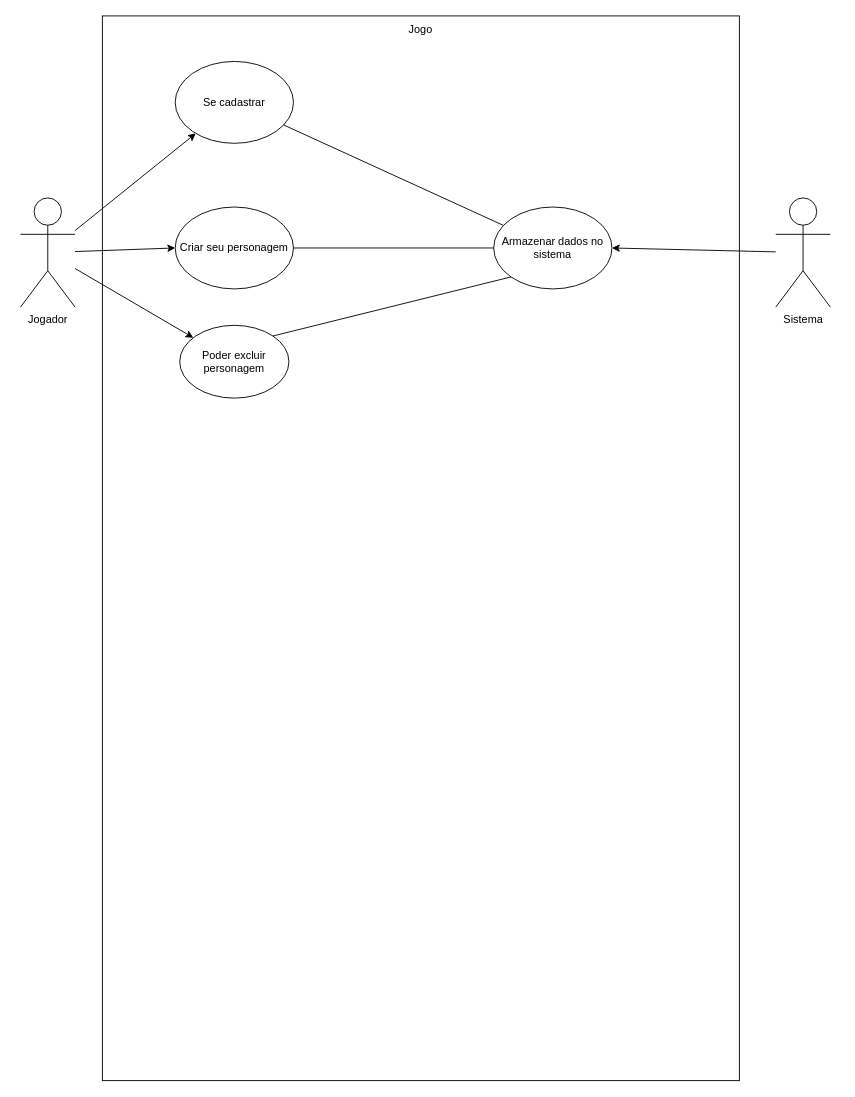
This is Diagrama sem nome.drawio from Lotharzin/Valley-Of-Cleaning, a draw.io file, before an edit. Source tidied: cells renumbered, new cells numbered last; positions are measured from the earlier drawing's top-left corner, leaving out a move shared by most shapes. Both pictures are drawn from the tidied source at 91%, with x=0, y=0 at pixel (20, 15).
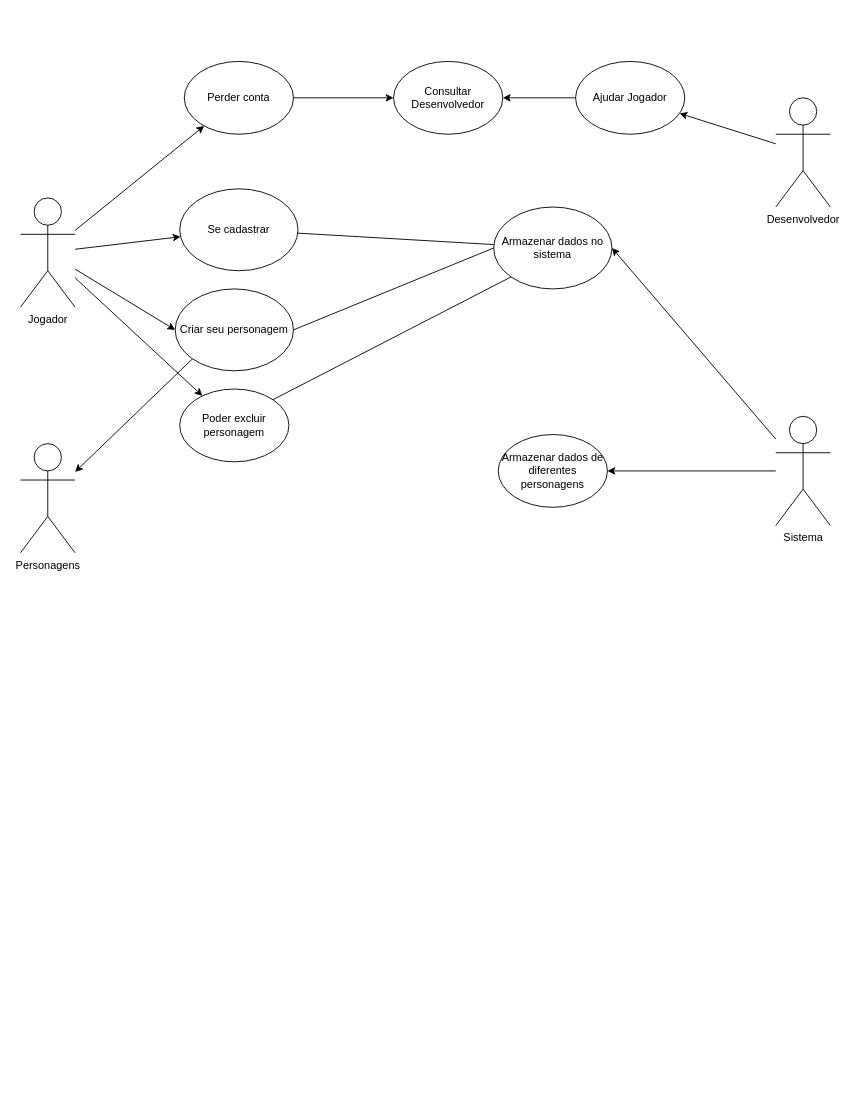
Above is the later version.

Unchanged cells that the change refers to:
```xml
<mxCell id="3" value="Jogador" style="shape=umlActor;verticalLabelPosition=bottom;verticalAlign=top;html=1;outlineConnect=0;" parent="1" vertex="1">
  <mxGeometry y="200" width="60" height="120" as="geometry" />
</mxCell>
```

Diff of the diagram source:
```diff
@@
-    <mxCell id="2" style="rounded=0;whiteSpace=wrap;html=1;" parent="1" vertex="1">
-      <mxGeometry x="90" width="700" height="1170" as="geometry" />
-    </mxCell>
@@
-    <mxCell id="4" value="Jogo" style="text;html=1;align=center;verticalAlign=middle;whiteSpace=wrap;rounded=0;" parent="1" vertex="1">
-      <mxGeometry x="410" width="60" height="30" as="geometry" />
-    </mxCell>
@@
     <mxCell id="6" value="Se cadastrar" style="ellipse;whiteSpace=wrap;html=1;" parent="1" vertex="1">
-      <mxGeometry x="170" y="50" width="130" height="90" as="geometry" />
+      <mxGeometry x="175" y="190" width="130" height="90" as="geometry" />
     </mxCell>
@@
     <mxCell id="9" value="Criar seu personagem" style="ellipse;whiteSpace=wrap;html=1;" parent="1" vertex="1">
-      <mxGeometry x="170" y="210" width="130" height="90" as="geometry" />
+      <mxGeometry x="170" y="300" width="130" height="90" as="geometry" />
     </mxCell>
@@
     <mxCell id="12" value="Sistema" style="shape=umlActor;verticalLabelPosition=bottom;verticalAlign=top;html=1;outlineConnect=0;" parent="1" vertex="1">
-      <mxGeometry x="830" y="200" width="60" height="120" as="geometry" />
+      <mxGeometry x="830" y="440" width="60" height="120" as="geometry" />
     </mxCell>
@@
     <mxCell id="14" value="Poder excluir personagem" style="ellipse;whiteSpace=wrap;html=1;" parent="1" vertex="1">
-      <mxGeometry x="175" y="340" width="120" height="80" as="geometry" />
+      <mxGeometry x="175" y="410" width="120" height="80" as="geometry" />
     </mxCell>
@@
+    <mxCell id="17" style="endArrow=classic;html=1;rounded=0;" parent="1" edge="1" source="12" target="18">
+      <mxGeometry relative="1" as="geometry" />
+    </mxCell>
+    <mxCell id="18" value="Armazenar dados de diferentes personagens" style="ellipse;whiteSpace=wrap;html=1;" parent="1" vertex="1">
+      <mxGeometry x="525" y="460" width="120" height="80" as="geometry" />
+    </mxCell>
+    <mxCell id="19" value="Personagens" style="shape=umlActor;verticalLabelPosition=bottom;verticalAlign=top;html=1;outlineConnect=0;" parent="1" vertex="1">
+      <mxGeometry y="470" width="60" height="120" as="geometry" />
+    </mxCell>
+    <mxCell id="20" value="Desenvolvedor" style="shape=umlActor;verticalLabelPosition=bottom;verticalAlign=top;html=1;outlineConnect=0;" parent="1" vertex="1">
+      <mxGeometry x="830" y="90" width="60" height="120" as="geometry" />
+    </mxCell>
+    <mxCell id="21" style="endArrow=classic;html=1;rounded=0;exitX=0;exitY=1;exitDx=0;exitDy=0;" parent="1" edge="1" source="9" target="19">
+      <mxGeometry relative="1" as="geometry" />
+    </mxCell>
+    <mxCell id="22" style="endArrow=classic;html=1;rounded=0;" parent="1" edge="1" source="3" target="23">
+      <mxGeometry relative="1" as="geometry" />
+    </mxCell>
+    <mxCell id="23" value="Perder conta" style="ellipse;whiteSpace=wrap;html=1;" parent="1" vertex="1">
+      <mxGeometry x="180" y="50" width="120" height="80" as="geometry" />
+    </mxCell>
+    <mxCell id="24" style="endArrow=classic;html=1;rounded=0;" parent="1" edge="1" source="20" target="27">
+      <mxGeometry relative="1" as="geometry" />
+    </mxCell>
+    <mxCell id="25" style="endArrow=classic;html=1;rounded=0;exitX=1;exitY=0.5;exitDx=0;exitDy=0;" parent="1" edge="1" source="23" target="26">
+      <mxGeometry relative="1" as="geometry" />
+    </mxCell>
+    <mxCell id="26" value="Consultar Desenvolvedor" style="ellipse;whiteSpace=wrap;html=1;" parent="1" vertex="1">
+      <mxGeometry x="410" y="50" width="120" height="80" as="geometry" />
+    </mxCell>
+    <mxCell id="27" value="Ajudar Jogador" style="ellipse;whiteSpace=wrap;html=1;" parent="1" vertex="1">
+      <mxGeometry x="610" y="50" width="120" height="80" as="geometry" />
+    </mxCell>
+    <mxCell id="28" style="endArrow=classic;html=1;rounded=0;entryX=1;entryY=0.5;entryDx=0;entryDy=0;exitX=0;exitY=0.5;exitDx=0;exitDy=0;" parent="1" edge="1" source="27" target="26">
+      <mxGeometry relative="1" as="geometry" />
+    </mxCell>
```
